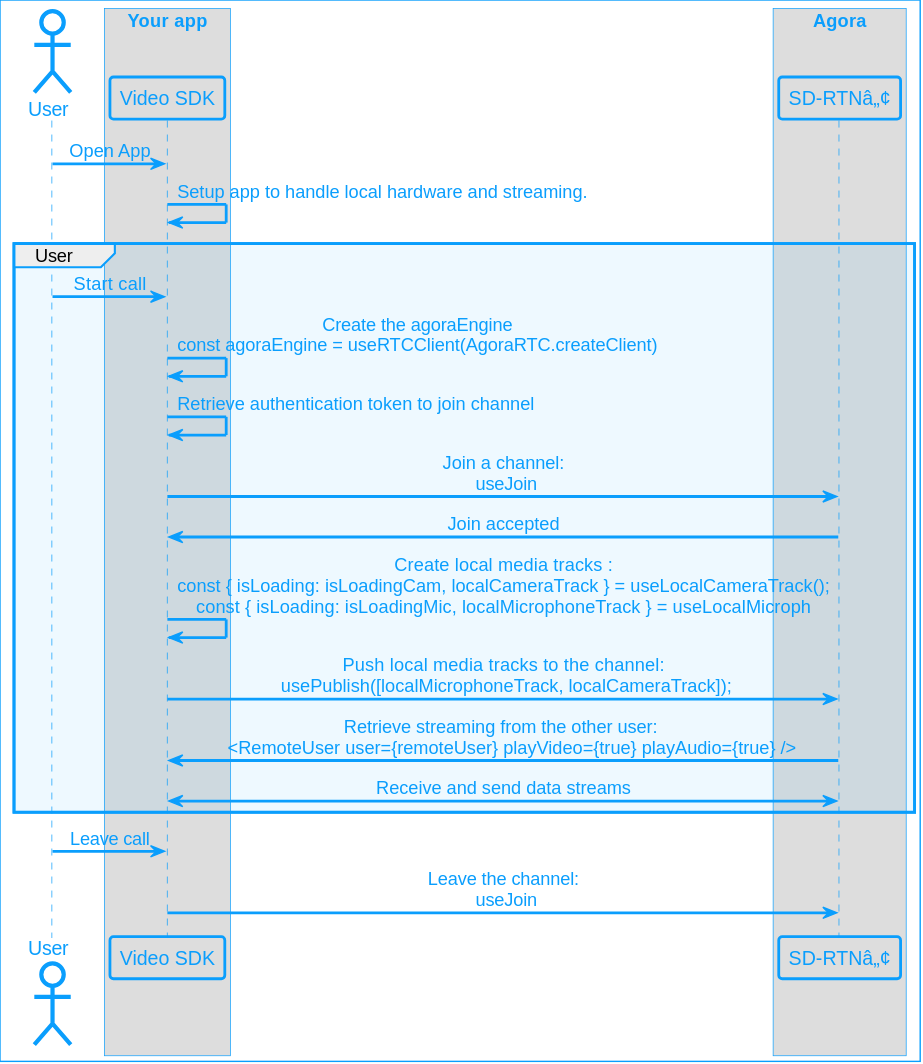
This is assets/images/video-sdk/video-call-logic-reactjs.svg from AgoraIO/Docs-Source, a PlantUML export, as it was before one commit.
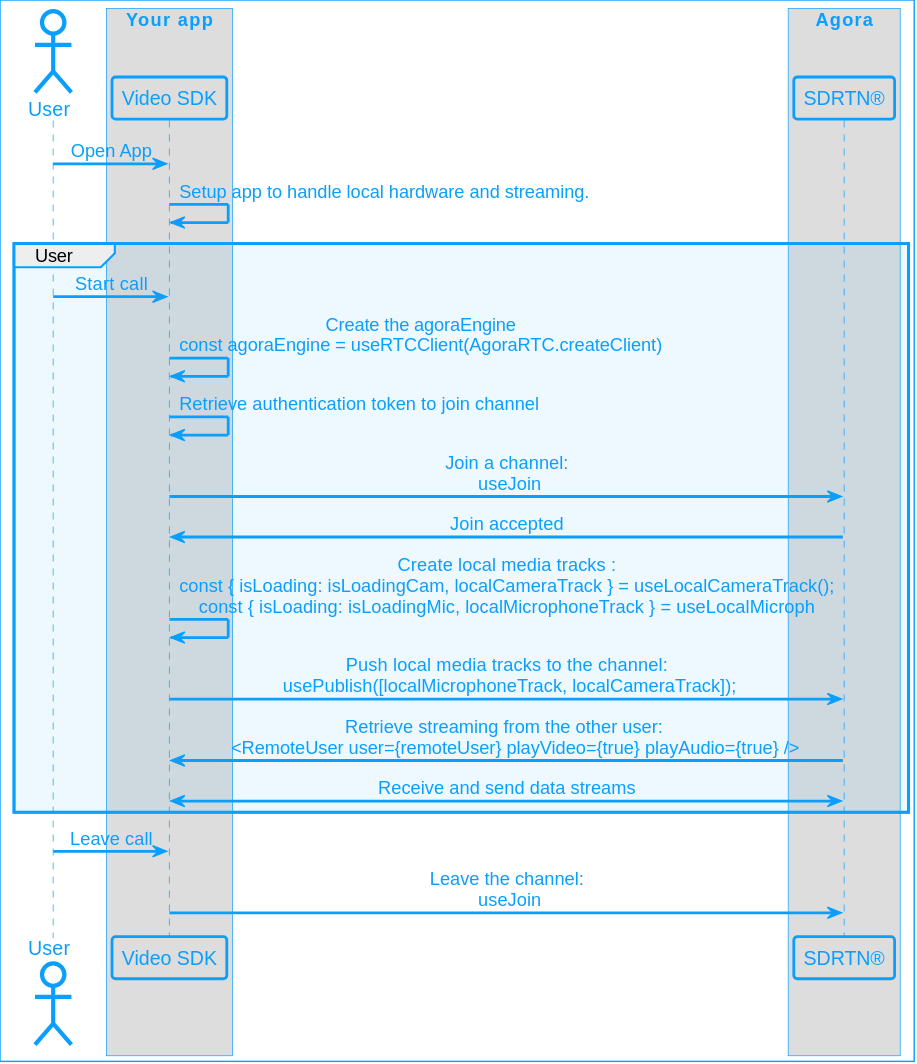
After the change.

Change to the diagram source:
```diff
@@ -8,7 +8,7 @@
 end box
 
 box "Agora"
-participant "SD-RTNâ„¢" as API
+participant "SDRTN®" as API
 end box
 
 USR -> APP: Open App
```
